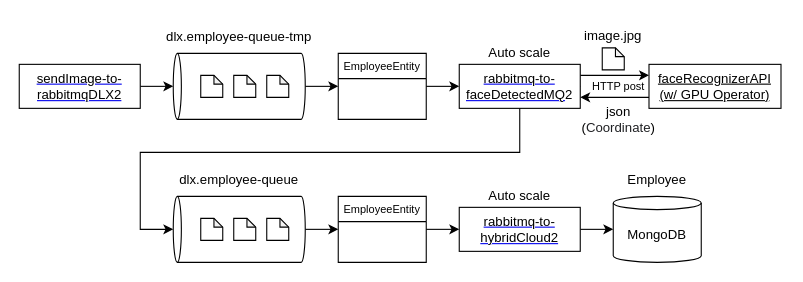
This is faceRecognizerAPI/Copy of rabbitMQ.drawio from developer-onizuka/Diagrams, a draw.io file, before an edit. Source tidied: cells renumbered, new cells numbered last; positions are measured from the earlier drawing's top-left corner, leaving out a move shared by most shapes. Both pictures are drawn from the tidied source at 110%, with x=0, y=0 at pixel (19, 19).
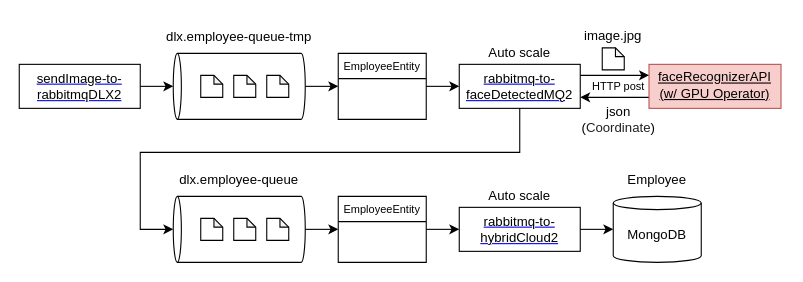
Above is the later version.

Diff of the diagram source:
```diff
@@
-    <mxCell id="3" style="rounded=0;whiteSpace=wrap;html=1;" parent="1" vertex="1">
+    <mxCell id="3" style="rounded=0;whiteSpace=wrap;html=1;fillColor=#f8cecc;strokeColor=#b85450;" parent="1" vertex="1">
       <mxGeometry x="572.5" y="41" width="120" height="40" as="geometry" />
     </mxCell>
@@
     <mxCell id="33" value="&lt;u&gt;faceRecognizerAPI&lt;br&gt;(w/ GPU Operator)&lt;br&gt;&lt;/u&gt;" style="text;html=1;strokeColor=none;fillColor=none;align=center;verticalAlign=middle;whiteSpace=wrap;rounded=0;" parent="1" vertex="1">
-      <mxGeometry x="570" y="29.8" width="125" height="62.5" as="geometry" />
+      <mxGeometry x="570" y="28.5" width="125" height="62.5" as="geometry" />
     </mxCell>
```
